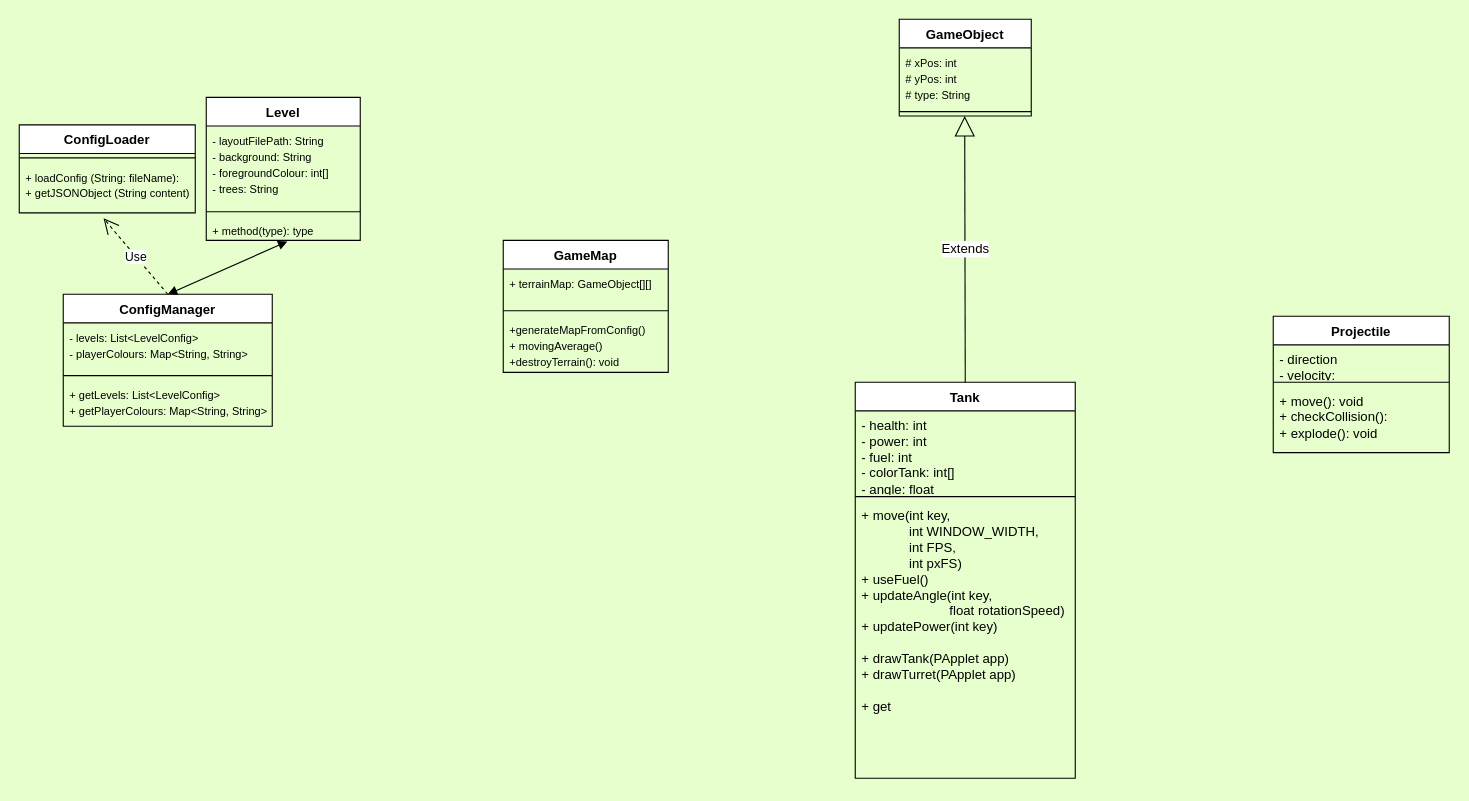
The draw.io diagram Tanks Layout.drawio in NguyenChHieu/Tanks, before the edit. Source tidied: cells renumbered, new cells numbered last; positions are measured from the earlier drawing's top-left corner, leaving out a move shared by most shapes. Both pictures are drawn from the tidied source at 110%, with x=0, y=0 at pixel (19, 19).
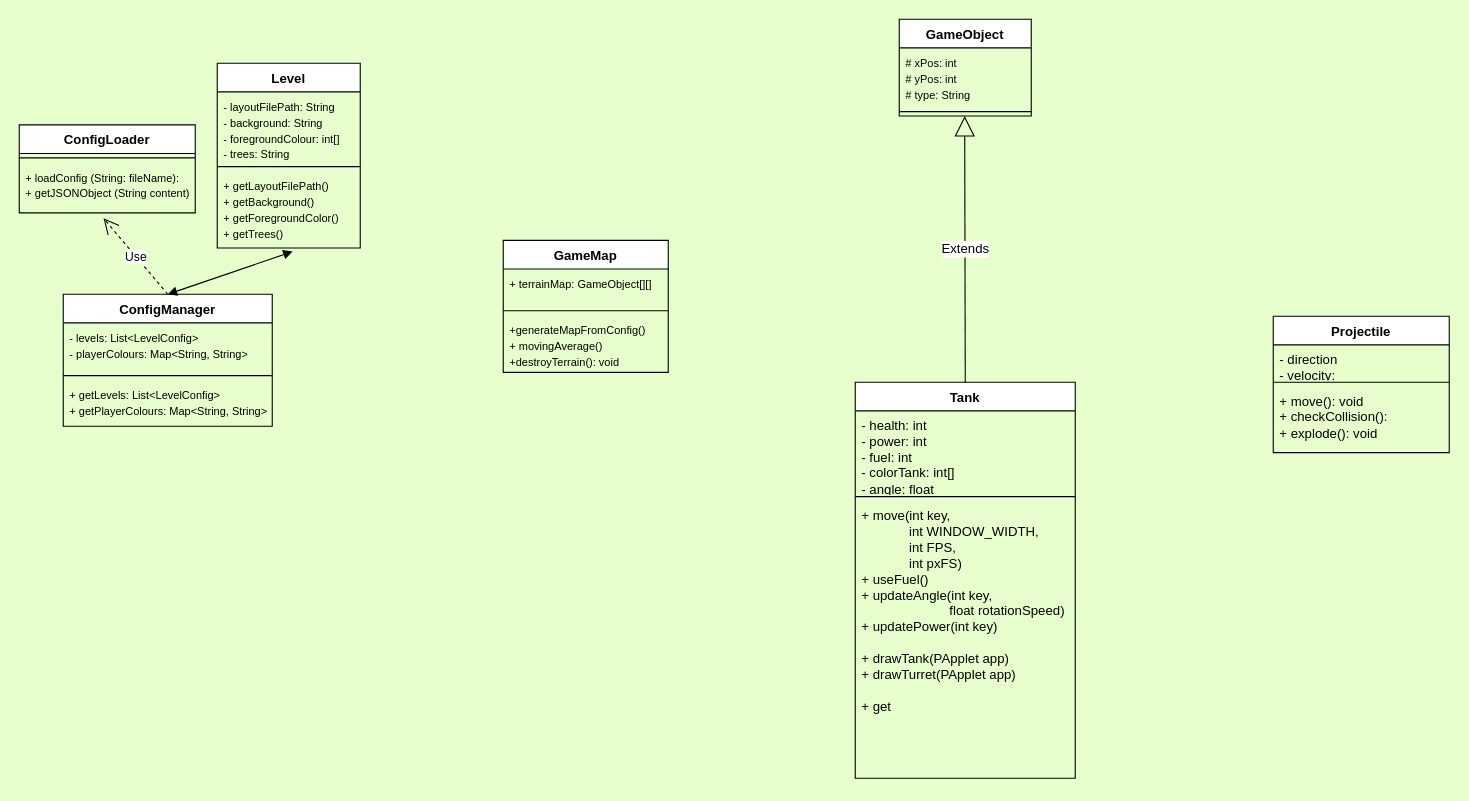
After the change.

Diff of the diagram source:
```diff
@@
     <mxCell id="10" value="Level" style="swimlane;fontStyle=1;align=center;verticalAlign=top;horizontal=1;startSize=26;whiteSpace=wrap;html=1;" parent="1" vertex="1">
-      <mxGeometry x="170" y="71" width="140" height="130" as="geometry" />
+      <mxGeometry x="180" y="40" width="130" height="168" as="geometry" />
     </mxCell>
-    <mxCell id="11" value="&lt;font style=&quot;font-size: 10px;&quot;&gt;- layoutFilePath:&amp;nbsp;&lt;/font&gt;&lt;span style=&quot;font-size: 10px;&quot;&gt;String&lt;/span&gt;&lt;div&gt;&lt;span style=&quot;background-color: initial;&quot;&gt;&lt;font style=&quot;font-size: 10px;&quot;&gt;- background:&amp;nbsp;&lt;/font&gt;&lt;/span&gt;&lt;span style=&quot;font-size: 10px;&quot;&gt;String&amp;nbsp;&lt;/span&gt;&lt;div&gt;&lt;font style=&quot;font-size: 10px;&quot;&gt;- foregroundColour: int[]&lt;/font&gt;&lt;/div&gt;&lt;div&gt;&lt;font style=&quot;font-size: 10px;&quot;&gt;- trees:&amp;nbsp;&lt;/font&gt;&lt;span style=&quot;font-size: 10px; background-color: initial;&quot;&gt;String&lt;/span&gt;&lt;/div&gt;&lt;/div&gt;" style="text;strokeColor=none;fillColor=none;align=left;verticalAlign=top;spacingLeft=4;spacingRight=4;overflow=hidden;whiteSpace=wrap;html=1;" parent="10" vertex="1">
-      <mxGeometry y="26" width="140" height="74" as="geometry" />
+    <mxCell id="11" value="&lt;div&gt;&lt;font style=&quot;font-size: 10px;&quot;&gt;- layoutFilePath:&amp;nbsp;&lt;/font&gt;&lt;span style=&quot;font-size: 10px;&quot;&gt;String&lt;/span&gt;&lt;br&gt;&lt;/div&gt;&lt;div&gt;&lt;span style=&quot;background-color: initial;&quot;&gt;&lt;font style=&quot;font-size: 10px;&quot;&gt;- background:&amp;nbsp;&lt;/font&gt;&lt;/span&gt;&lt;span style=&quot;font-size: 10px;&quot;&gt;String&amp;nbsp;&lt;/span&gt;&lt;div&gt;&lt;font style=&quot;font-size: 10px;&quot;&gt;- foregroundColour: int[]&lt;/font&gt;&lt;/div&gt;&lt;div&gt;&lt;font style=&quot;font-size: 10px;&quot;&gt;- trees:&amp;nbsp;&lt;/font&gt;&lt;span style=&quot;font-size: 10px; background-color: initial;&quot;&gt;String&lt;/span&gt;&lt;/div&gt;&lt;/div&gt;" style="text;strokeColor=none;fillColor=none;align=left;verticalAlign=top;spacingLeft=4;spacingRight=4;overflow=hidden;whiteSpace=wrap;html=1;" parent="10" vertex="1">
+      <mxGeometry y="26" width="130" height="64" as="geometry" />
     </mxCell>
     <mxCell id="12" style="line;strokeWidth=1;fillColor=none;align=left;verticalAlign=middle;spacingTop=-1;spacingLeft=3;spacingRight=3;labelPosition=right;strokeColor=inherit;" parent="10" vertex="1">
-      <mxGeometry y="100" width="140" height="8" as="geometry" />
+      <mxGeometry y="90" width="130" height="8" as="geometry" />
     </mxCell>
-    <mxCell id="13" value="&lt;font style=&quot;font-size: 10px;&quot;&gt;+ method(type): type&lt;/font&gt;" style="text;strokeColor=none;fillColor=none;align=left;verticalAlign=top;spacingLeft=4;spacingRight=4;overflow=hidden;points=[[0,0.5],[1,0.5]];portConstraint=eastwest;whiteSpace=wrap;html=1;" parent="10" vertex="1">
-      <mxGeometry y="108" width="140" height="22" as="geometry" />
+    <mxCell id="13" value="&lt;font size=&quot;1&quot;&gt;+ getLayoutFilePath()&lt;/font&gt;&lt;div&gt;&lt;font size=&quot;1&quot;&gt;+ getBackground()&lt;/font&gt;&lt;/div&gt;&lt;div&gt;&lt;font size=&quot;1&quot;&gt;+ getForegroundColor()&lt;/font&gt;&lt;/div&gt;&lt;div&gt;&lt;font size=&quot;1&quot;&gt;+ getTrees()&lt;/font&gt;&lt;/div&gt;" style="text;strokeColor=none;fillColor=none;align=left;verticalAlign=top;spacingLeft=4;spacingRight=4;overflow=hidden;points=[[0,0.5],[1,0.5]];portConstraint=eastwest;whiteSpace=wrap;html=1;" parent="10" vertex="1">
+      <mxGeometry y="98" width="130" height="70" as="geometry" />
     </mxCell>
```
